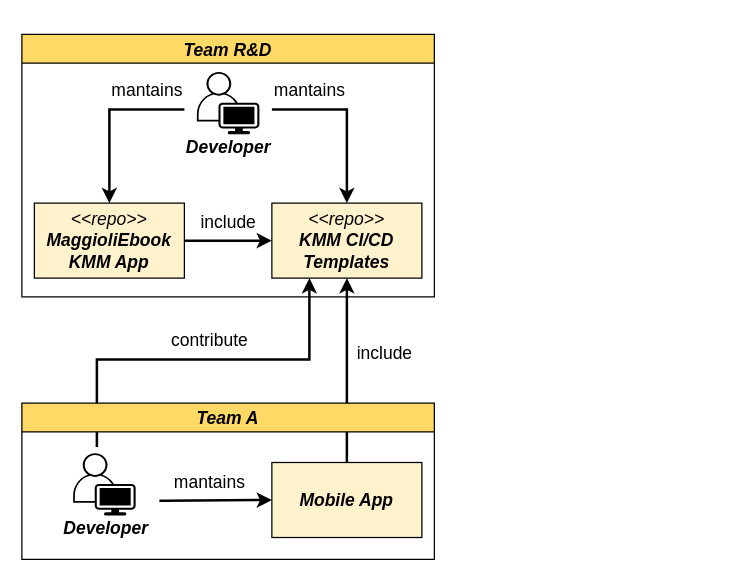
Before: page "Page-22" (20 of 20) of tesi-2.drawio in paganellif/tesi-paganelli, a draw.io diagram. Source tidied: cells renumbered, new cells numbered last; positions are measured from the earlier drawing's top-left corner, leaving out a move shared by most shapes. Both pictures are drawn from the tidied source at 125%, with x=0, y=0 at pixel (21, 34).
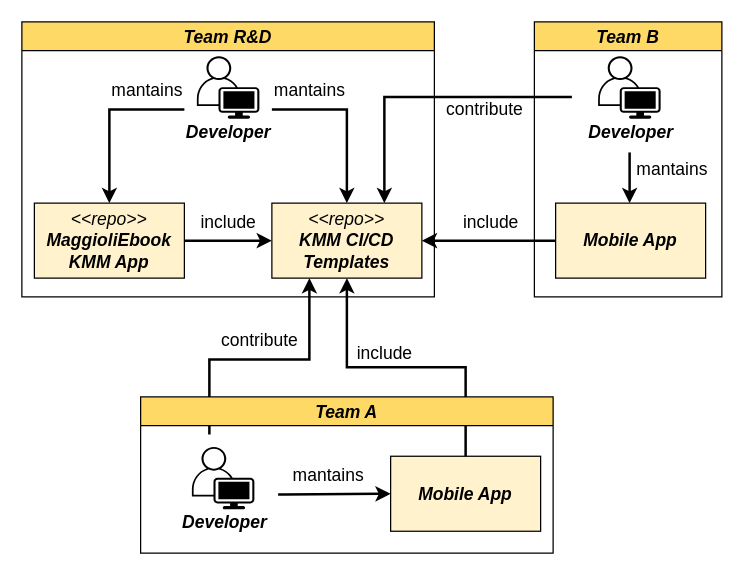
Above is the later version.

Unchanged cells that the change refers to:
```xml
<mxCell id="6" value="&lt;span style=&quot;font-size: 14px;&quot;&gt;&lt;i style=&quot;font-size: 14px;&quot;&gt;&amp;lt;&amp;lt;repo&amp;gt;&amp;gt;&lt;br&gt;&lt;b&gt;KMM CI/CD&lt;/b&gt;&lt;br&gt;&lt;b&gt;Templates&lt;/b&gt;&lt;br&gt;&lt;/i&gt;&lt;/span&gt;" style="rounded=0;whiteSpace=wrap;html=1;fontSize=14;strokeColor=#000000;fillColor=#FFF2CC;" parent="1" vertex="1">
  <mxGeometry x="200" y="135" width="120" height="60" as="geometry" />
</mxCell>
```

Diff of the diagram source:
```diff
@@
     <mxCell id="2" style="edgeStyle=orthogonalEdgeStyle;rounded=0;jettySize=auto;html=1;strokeWidth=2;entryX=0.25;entryY=1;entryDx=0;entryDy=0;" parent="1" edge="1" target="6">
       <mxGeometry relative="1" as="geometry">
-        <mxPoint x="60" y="330" as="sourcePoint" />
+        <mxPoint x="150" y="320" as="sourcePoint" />
         <Array as="points">
           <mxPoint x="230" y="260" />
         </Array>
       </mxGeometry>
     </mxCell>
     <mxCell id="3" value="Team R&amp;D" style="swimlane;fillColor=#FFD966;fontSize=14;fontStyle=3;" parent="1" vertex="1">
-      <mxGeometry width="330" height="210" as="geometry" />
+      <mxGeometry y="-10" width="330" height="220" as="geometry" />
     </mxCell>
+    <mxCell id="11" style="verticalLabelPosition=bottom;sketch=0;html=1;verticalAlign=top;align=center;shape=mxgraph.cisco19.user;fillColor=#000000;strokeColor=#000000;dashed=1;fontSize=14;" parent="3" vertex="1">
+      <mxGeometry x="140" y="27.5" width="50" height="50" as="geometry" />
+    </mxCell>
+    <mxCell id="12" value="&lt;b style=&quot;font-size: 14px;&quot;&gt;&lt;i style=&quot;font-size: 14px;&quot;&gt;Developer&lt;/i&gt;&lt;/b&gt;" style="text;html=1;align=center;verticalAlign=middle;strokeColor=none;fillColor=none;fontSize=14;" parent="3" vertex="1">
+      <mxGeometry x="120" y="72.5" width="90" height="30" as="geometry" />
+    </mxCell>
@@
     <mxCell id="7" value="&lt;b style=&quot;font-size: 14px;&quot;&gt;&lt;i style=&quot;font-size: 14px;&quot;&gt;Mobile App&lt;br&gt;&lt;/i&gt;&lt;/b&gt;" style="rounded=0;whiteSpace=wrap;html=1;fontSize=14;strokeColor=#000000;fillColor=#FFF2CC;" parent="1" vertex="1">
-      <mxGeometry x="200" y="342.5" width="120" height="60" as="geometry" />
+      <mxGeometry x="295" y="337.5" width="120" height="60" as="geometry" />
     </mxCell>
@@
-    <mxCell id="11" style="verticalLabelPosition=bottom;sketch=0;html=1;verticalAlign=top;align=center;shape=mxgraph.cisco19.user;fillColor=#000000;strokeColor=#000000;dashed=1;fontSize=14;" parent="1" vertex="1">
-      <mxGeometry x="140" y="30" width="50" height="50" as="geometry" />
-    </mxCell>
-    <mxCell id="12" value="&lt;b style=&quot;font-size: 14px;&quot;&gt;&lt;i style=&quot;font-size: 14px;&quot;&gt;Developer&lt;/i&gt;&lt;/b&gt;" style="text;html=1;align=center;verticalAlign=middle;strokeColor=none;fillColor=none;fontSize=14;" parent="1" vertex="1">
-      <mxGeometry x="120" y="75" width="90" height="30" as="geometry" />
-    </mxCell>
@@
     <mxCell id="17" style="verticalLabelPosition=bottom;sketch=0;html=1;verticalAlign=top;align=center;shape=mxgraph.cisco19.user;fillColor=#000000;strokeColor=#000000;dashed=1;fontSize=14;" parent="1" vertex="1">
-      <mxGeometry x="41" y="335" width="50" height="50" as="geometry" />
+      <mxGeometry x="136" y="330" width="50" height="50" as="geometry" />
     </mxCell>
     <mxCell id="18" value="&lt;b style=&quot;font-size: 14px;&quot;&gt;&lt;i style=&quot;font-size: 14px;&quot;&gt;Developer&lt;/i&gt;&lt;/b&gt;" style="text;html=1;align=center;verticalAlign=middle;strokeColor=none;fillColor=none;fontSize=14;" parent="1" vertex="1">
-      <mxGeometry x="22" y="380" width="90" height="30" as="geometry" />
+      <mxGeometry x="117" y="375" width="90" height="30" as="geometry" />
     </mxCell>
     <mxCell id="19" style="edgeStyle=orthogonalEdgeStyle;rounded=0;jettySize=auto;html=1;strokeWidth=2;entryX=0;entryY=0.5;entryDx=0;entryDy=0;" parent="1" edge="1" target="7">
       <mxGeometry relative="1" as="geometry">
-        <mxPoint x="110" y="373" as="sourcePoint" />
+        <mxPoint x="205" y="368" as="sourcePoint" />
         <Array as="points">
-          <mxPoint x="115" y="373" />
-          <mxPoint x="110" y="373" />
+          <mxPoint x="210" y="368" />
+          <mxPoint x="205" y="368" />
         </Array>
       </mxGeometry>
     </mxCell>
     <mxCell id="20" value="&lt;font style=&quot;font-size: 14px;&quot;&gt;mantains&lt;/font&gt;" style="text;html=1;align=center;verticalAlign=middle;strokeColor=none;fillColor=none;" parent="1" vertex="1">
-      <mxGeometry x="110" y="342.5" width="80" height="30" as="geometry" />
+      <mxGeometry x="205" y="337.5" width="80" height="30" as="geometry" />
     </mxCell>
     <mxCell id="21" value="Team A" style="swimlane;fillColor=#FFD966;fontSize=14;fontStyle=3;" parent="1" vertex="1">
-      <mxGeometry y="295" width="330" height="125" as="geometry" />
+      <mxGeometry x="95" y="290" width="330" height="125" as="geometry" />
     </mxCell>
     <mxCell id="22" value="&lt;font style=&quot;font-size: 14px;&quot;&gt;contribute&lt;/font&gt;" style="text;html=1;align=center;verticalAlign=middle;strokeColor=none;fillColor=none;" parent="1" vertex="1">
-      <mxGeometry x="110" y="230" width="80" height="30" as="geometry" />
+      <mxGeometry x="150" y="230" width="80" height="30" as="geometry" />
     </mxCell>
+    <mxCell id="23" value="Team B" style="swimlane;fillColor=#FFD966;fontSize=14;fontStyle=3;" parent="1" vertex="1">
+      <mxGeometry x="410" y="-10" width="150" height="220" as="geometry" />
+    </mxCell>
+    <mxCell id="24" value="&lt;b style=&quot;font-size: 14px;&quot;&gt;&lt;i style=&quot;font-size: 14px;&quot;&gt;Mobile App&lt;br&gt;&lt;/i&gt;&lt;/b&gt;" style="rounded=0;whiteSpace=wrap;html=1;fontSize=14;strokeColor=#000000;fillColor=#FFF2CC;" parent="1" vertex="1">
+      <mxGeometry x="427" y="135" width="120" height="60" as="geometry" />
+    </mxCell>
+    <mxCell id="25" style="edgeStyle=orthogonalEdgeStyle;rounded=0;jettySize=auto;html=1;strokeWidth=2;exitX=0;exitY=0.5;exitDx=0;exitDy=0;" parent="1" edge="1" source="24" target="6">
+      <mxGeometry relative="1" as="geometry" />
+    </mxCell>
+    <mxCell id="26" value="&lt;font style=&quot;font-size: 14px;&quot;&gt;include&lt;/font&gt;" style="text;html=1;align=center;verticalAlign=middle;strokeColor=none;fillColor=none;" parent="1" vertex="1">
+      <mxGeometry x="340" y="135" width="70" height="30" as="geometry" />
+    </mxCell>
+    <mxCell id="27" style="verticalLabelPosition=bottom;sketch=0;html=1;verticalAlign=top;align=center;shape=mxgraph.cisco19.user;fillColor=#000000;strokeColor=#000000;dashed=1;fontSize=14;" parent="1" vertex="1">
+      <mxGeometry x="461" y="17.5" width="50" height="50" as="geometry" />
+    </mxCell>
+    <mxCell id="28" value="&lt;b style=&quot;font-size: 14px;&quot;&gt;&lt;i style=&quot;font-size: 14px;&quot;&gt;Developer&lt;/i&gt;&lt;/b&gt;" style="text;html=1;align=center;verticalAlign=middle;points=[];strokeColor=none;fillColor=none;fontSize=14;" parent="1" vertex="1">
+      <mxGeometry x="442" y="62.5" width="90" height="30" as="geometry" />
+    </mxCell>
+    <mxCell id="29" style="edgeStyle=orthogonalEdgeStyle;rounded=0;jettySize=auto;html=1;strokeWidth=2;exitX=0.491;exitY=1.065;exitDx=0;exitDy=0;exitPerimeter=0;" parent="1" edge="1" source="28" target="24">
+      <mxGeometry relative="1" as="geometry">
+        <Array as="points">
+          <mxPoint x="497" y="140" />
+          <mxPoint x="497" y="140" />
+        </Array>
+      </mxGeometry>
+    </mxCell>
+    <mxCell id="30" value="&lt;font style=&quot;font-size: 14px;&quot;&gt;mantains&lt;/font&gt;" style="text;html=1;align=center;verticalAlign=middle;strokeColor=none;fillColor=none;" parent="1" vertex="1">
+      <mxGeometry x="480" y="92.5" width="80" height="30" as="geometry" />
+    </mxCell>
+    <mxCell id="31" value="&lt;font style=&quot;font-size: 14px;&quot;&gt;contribute&lt;/font&gt;" style="text;html=1;align=center;verticalAlign=middle;strokeColor=none;fillColor=none;" parent="1" vertex="1">
+      <mxGeometry x="330" y="45" width="80" height="30" as="geometry" />
+    </mxCell>
+    <mxCell id="32" style="edgeStyle=orthogonalEdgeStyle;rounded=0;jettySize=auto;html=1;strokeWidth=2;entryX=0.75;entryY=0;entryDx=0;entryDy=0;" parent="1" edge="1" target="6">
+      <mxGeometry relative="1" as="geometry">
+        <mxPoint x="440" y="50" as="sourcePoint" />
+        <Array as="points">
+          <mxPoint x="290" y="50" />
+        </Array>
+      </mxGeometry>
+    </mxCell>
```
